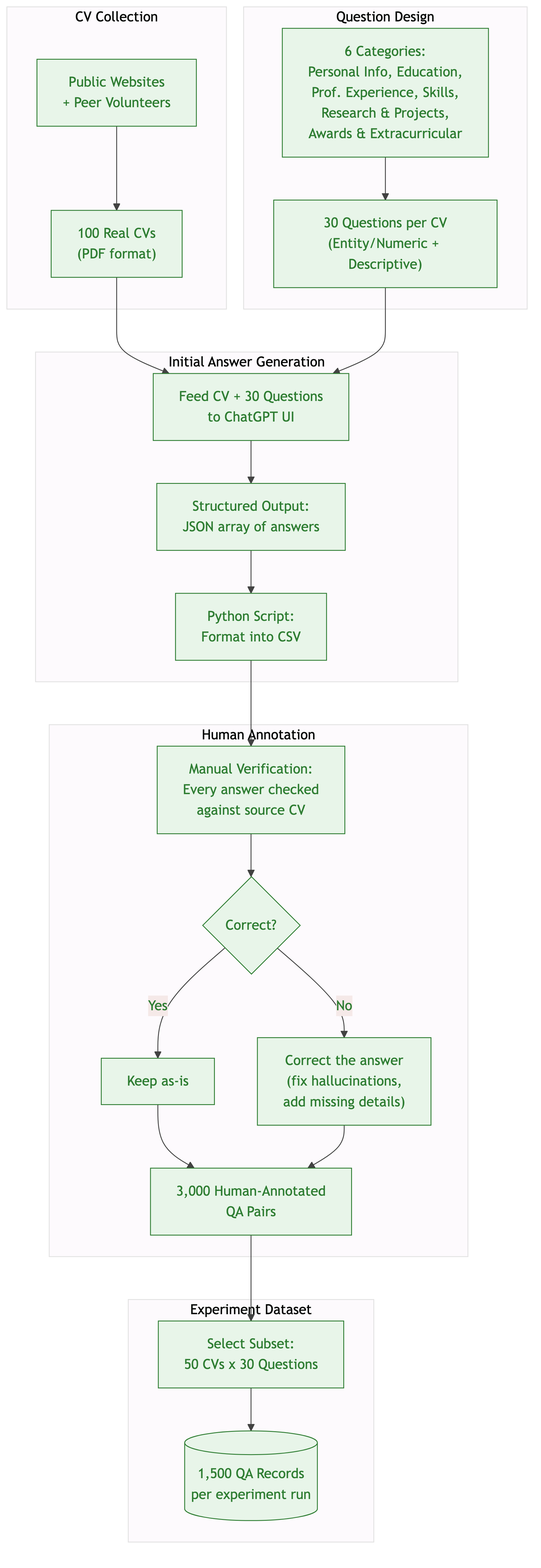
Above: findings/diagrams/D3_dataset_creation.png in fahshed/thesis-experiments-v1 (Mermaid), before the change. Its source is kept beside it as findings/diagrams/D3_dataset_creation.mmd. Its diagram source:
```mermaid
%%{init: {'theme': 'base', 'themeVariables': {'primaryColor': '#E8F5E9', 'primaryTextColor': '#2E7D32', 'primaryBorderColor': '#2E7D32', 'lineColor': '#424242'}}}%%
flowchart TD
    subgraph Collection["CV Collection"]
        A1["Public Websites<br/>+ Peer Volunteers"] --> A2["100 Real CVs<br/>(PDF format)"]
    end

    subgraph Design["Question Design"]
        B1["6 Categories:<br/>Personal Info, Education,<br/>Prof. Experience, Skills,<br/>Research & Projects,<br/>Awards & Extracurricular"] --> B2["30 Questions per CV<br/>(Entity/Numeric + Descriptive)"]
    end

    subgraph Generation["Initial Answer Generation"]
        C1["Feed CV + 30 Questions<br/>to ChatGPT UI"] --> C2["Structured Output:<br/>JSON array of answers"]
        C2 --> C3["Python Script:<br/>Format into CSV"]
    end

    subgraph Annotation["Human Annotation"]
        D1["Manual Verification:<br/>Every answer checked<br/>against source CV"] --> D2{"Correct?"}
        D2 -->|Yes| D3["Keep as-is"]
        D2 -->|No| D4["Correct the answer<br/>(fix hallucinations,<br/>add missing details)"]
        D3 --> D5["3,000 Human-Annotated<br/>QA Pairs"]
        D4 --> D5
    end

    subgraph Final["Experiment Dataset"]
        E1["Select Subset:<br/>50 CVs x 30 Questions"] --> E2[("1,500 QA Records<br/>per experiment run")]
    end

    A2 --> C1
    B2 --> C1
    C3 --> D1
    D5 --> E1
```
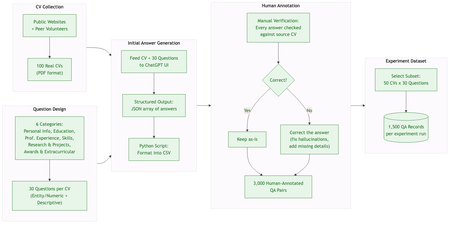
After the commit.

The edit, as a diff of the source:
```diff
@@ -1,19 +1,23 @@
 %%{init: {'theme': 'base', 'themeVariables': {'primaryColor': '#E8F5E9', 'primaryTextColor': '#2E7D32', 'primaryBorderColor': '#2E7D32', 'lineColor': '#424242'}}}%%
-flowchart TD
+flowchart LR
     subgraph Collection["CV Collection"]
+        direction TB
         A1["Public Websites<br/>+ Peer Volunteers"] --> A2["100 Real CVs<br/>(PDF format)"]
     end
 
     subgraph Design["Question Design"]
+        direction TB
         B1["6 Categories:<br/>Personal Info, Education,<br/>Prof. Experience, Skills,<br/>Research & Projects,<br/>Awards & Extracurricular"] --> B2["30 Questions per CV<br/>(Entity/Numeric + Descriptive)"]
     end
 
     subgraph Generation["Initial Answer Generation"]
+        direction TB
         C1["Feed CV + 30 Questions<br/>to ChatGPT UI"] --> C2["Structured Output:<br/>JSON array of answers"]
         C2 --> C3["Python Script:<br/>Format into CSV"]
     end
 
     subgraph Annotation["Human Annotation"]
+        direction TB
         D1["Manual Verification:<br/>Every answer checked<br/>against source CV"] --> D2{"Correct?"}
         D2 -->|Yes| D3["Keep as-is"]
         D2 -->|No| D4["Correct the answer<br/>(fix hallucinations,<br/>add missing details)"]
@@ -22,10 +26,11 @@
     end
 
     subgraph Final["Experiment Dataset"]
+        direction TB
         E1["Select Subset:<br/>50 CVs x 30 Questions"] --> E2[("1,500 QA Records<br/>per experiment run")]
     end
 
-    A2 --> C1
-    B2 --> C1
-    C3 --> D1
-    D5 --> E1
+    Collection --> Generation
+    Design --> Generation
+    Generation --> Annotation
+    Annotation --> Final
```
